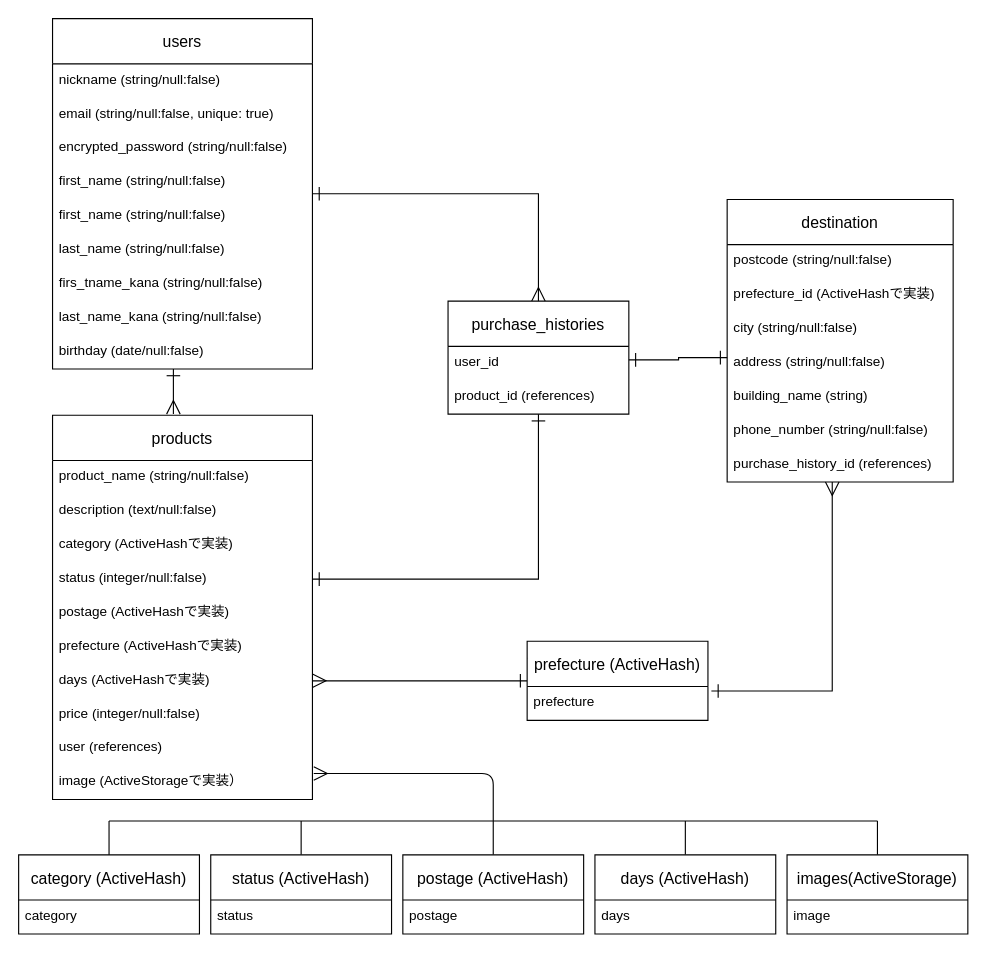
Before: ER.dio in shouxingzi/furima-34320, a draw.io diagram. Source tidied: cells renumbered, new cells numbered last; positions are measured from the earlier drawing's top-left corner, leaving out a move shared by most shapes. Both pictures are drawn from the tidied source at 113%, with x=0, y=0 at pixel (18, 18).
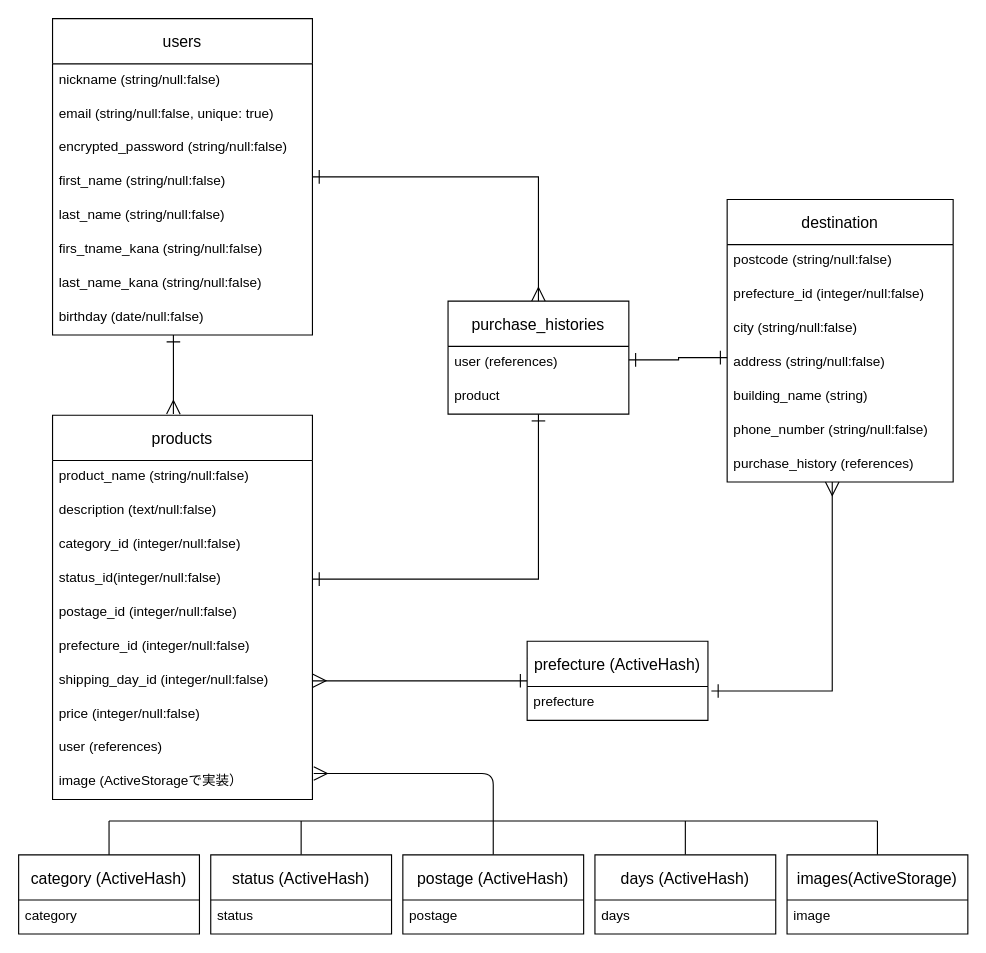
The same page after the edit.

The change refers to these unchanged cells:
```xml
<mxCell id="14" value="products" style="swimlane;fontStyle=0;horizontal=1;startSize=40;align=center;fontSize=14;" parent="1" vertex="1">
  <mxGeometry x="30" y="351" width="230" height="340" as="geometry" />
</mxCell>
<mxCell id="25" value="destination" style="swimlane;fontStyle=0;horizontal=1;startSize=40;align=center;fontSize=14;" parent="1" vertex="1">
  <mxGeometry x="627" y="160" width="200" height="250" as="geometry" />
</mxCell>
<mxCell id="56" value="purchase_histories" style="swimlane;fontStyle=0;horizontal=1;startSize=40;align=center;fontSize=14;" parent="1" vertex="1">
  <mxGeometry x="380" y="250" width="160" height="100" as="geometry" />
</mxCell>
```

Change to the diagram source:
```diff
@@
     <mxCell id="4" value="users" style="swimlane;fontStyle=0;horizontal=1;startSize=40;align=center;fontSize=14;" parent="1" vertex="1">
-      <mxGeometry x="30" width="230" height="310" as="geometry" />
+      <mxGeometry x="30" width="230" height="280" as="geometry" />
     </mxCell>
@@
-    <mxCell id="9" value="first_name (string/null:false)" style="text;strokeColor=none;fillColor=none;spacingLeft=4;spacingRight=4;overflow=hidden;fontSize=12;" parent="4" vertex="1">
+    <mxCell id="9" value="last_name (string/null:false)" style="text;strokeColor=none;fillColor=none;spacingLeft=4;spacingRight=4;overflow=hidden;fontSize=12;" parent="4" vertex="1">
       <mxGeometry y="160" width="230" height="30" as="geometry" />
     </mxCell>
-    <mxCell id="10" value="last_name (string/null:false)" style="text;strokeColor=none;fillColor=none;spacingLeft=4;spacingRight=4;overflow=hidden;fontSize=12;" parent="4" vertex="1">
-      <mxGeometry y="190" width="230" height="30" as="geometry" />
-    </mxCell>
     <mxCell id="11" value="firs_tname_kana (string/null:false)" style="text;strokeColor=none;fillColor=none;spacingLeft=4;spacingRight=4;overflow=hidden;fontSize=12;" parent="4" vertex="1">
-      <mxGeometry y="220" width="230" height="30" as="geometry" />
+      <mxGeometry y="190" width="230" height="30" as="geometry" />
     </mxCell>
     <mxCell id="12" value="last_name_kana (string/null:false)" style="text;strokeColor=none;fillColor=none;spacingLeft=4;spacingRight=4;overflow=hidden;fontSize=12;" parent="4" vertex="1">
-      <mxGeometry y="250" width="230" height="30" as="geometry" />
+      <mxGeometry y="220" width="230" height="30" as="geometry" />
     </mxCell>
     <mxCell id="13" value="birthday (date/null:false)" style="text;strokeColor=none;fillColor=none;spacingLeft=4;spacingRight=4;overflow=hidden;points=[[0,0.5],[1,0.5]];portConstraint=eastwest;fontSize=12;" parent="4" vertex="1">
-      <mxGeometry y="280" width="230" height="30" as="geometry" />
+      <mxGeometry y="250" width="230" height="30" as="geometry" />
     </mxCell>
@@
-    <mxCell id="17" value="category (ActiveHashで実装)" style="text;strokeColor=none;fillColor=none;spacingLeft=4;spacingRight=4;overflow=hidden;fontSize=12;" parent="14" vertex="1">
+    <mxCell id="17" value="category_id (integer/null:false)" style="text;strokeColor=none;fillColor=none;spacingLeft=4;spacingRight=4;overflow=hidden;fontSize=12;" parent="14" vertex="1">
       <mxGeometry y="100" width="230" height="30" as="geometry" />
     </mxCell>
-    <mxCell id="18" value="status (integer/null:false)&#10;" style="text;strokeColor=none;fillColor=none;spacingLeft=4;spacingRight=4;overflow=hidden;points=[[0,0.5],[1,0.5]];portConstraint=eastwest;fontSize=12;" parent="14" vertex="1">
+    <mxCell id="18" value="status_id(integer/null:false)&#10;" style="text;strokeColor=none;fillColor=none;spacingLeft=4;spacingRight=4;overflow=hidden;points=[[0,0.5],[1,0.5]];portConstraint=eastwest;fontSize=12;" parent="14" vertex="1">
       <mxGeometry y="130" width="230" height="30" as="geometry" />
     </mxCell>
-    <mxCell id="19" value="postage (ActiveHashで実装)" style="text;strokeColor=none;fillColor=none;spacingLeft=4;spacingRight=4;overflow=hidden;fontSize=12;" parent="14" vertex="1">
+    <mxCell id="19" value="postage_id (integer/null:false)" style="text;strokeColor=none;fillColor=none;spacingLeft=4;spacingRight=4;overflow=hidden;fontSize=12;" parent="14" vertex="1">
       <mxGeometry y="160" width="230" height="30" as="geometry" />
     </mxCell>
-    <mxCell id="20" value="prefecture (ActiveHashで実装)" style="text;strokeColor=none;fillColor=none;spacingLeft=4;spacingRight=4;overflow=hidden;fontSize=12;" parent="14" vertex="1">
+    <mxCell id="20" value="prefecture_id (integer/null:false)" style="text;strokeColor=none;fillColor=none;spacingLeft=4;spacingRight=4;overflow=hidden;fontSize=12;" parent="14" vertex="1">
       <mxGeometry y="190" width="230" height="30" as="geometry" />
     </mxCell>
-    <mxCell id="21" value="days (ActiveHashで実装)" style="text;strokeColor=none;fillColor=none;spacingLeft=4;spacingRight=4;overflow=hidden;points=[[0,0.5],[1,0.5]];portConstraint=eastwest;fontSize=12;" parent="14" vertex="1">
+    <mxCell id="21" value="shipping_day_id (integer/null:false)" style="text;strokeColor=none;fillColor=none;spacingLeft=4;spacingRight=4;overflow=hidden;points=[[0,0.5],[1,0.5]];portConstraint=eastwest;fontSize=12;" parent="14" vertex="1">
       <mxGeometry y="220" width="230" height="30" as="geometry" />
     </mxCell>
@@
-    <mxCell id="27" value="prefecture_id (ActiveHashで実装)" style="text;strokeColor=none;fillColor=none;spacingLeft=4;spacingRight=4;overflow=hidden;fontSize=12;" parent="25" vertex="1">
+    <mxCell id="27" value="prefecture_id (integer/null:false)" style="text;strokeColor=none;fillColor=none;spacingLeft=4;spacingRight=4;overflow=hidden;fontSize=12;" parent="25" vertex="1">
       <mxGeometry y="70" width="200" height="30" as="geometry" />
     </mxCell>
@@
-    <mxCell id="32" value="purchase_history_id (references)" style="text;strokeColor=none;fillColor=none;spacingLeft=4;spacingRight=4;overflow=hidden;points=[[0,0.5],[1,0.5]];portConstraint=eastwest;fontSize=12;" parent="25" vertex="1">
+    <mxCell id="32" value="purchase_history (references)" style="text;strokeColor=none;fillColor=none;spacingLeft=4;spacingRight=4;overflow=hidden;points=[[0,0.5],[1,0.5]];portConstraint=eastwest;fontSize=12;" parent="25" vertex="1">
       <mxGeometry y="220" width="200" height="30" as="geometry" />
     </mxCell>
@@
-    <mxCell id="57" value="user_id " style="text;strokeColor=none;fillColor=none;spacingLeft=4;spacingRight=4;overflow=hidden;fontSize=12;" parent="56" vertex="1">
+    <mxCell id="57" value="user (references)" style="text;strokeColor=none;fillColor=none;spacingLeft=4;spacingRight=4;overflow=hidden;fontSize=12;" parent="56" vertex="1">
       <mxGeometry y="40" width="160" height="30" as="geometry" />
     </mxCell>
-    <mxCell id="58" value="product_id (references)" style="text;strokeColor=none;fillColor=none;spacingLeft=4;spacingRight=4;overflow=hidden;points=[[0,0.5],[1,0.5]];portConstraint=eastwest;fontSize=12;" parent="56" vertex="1">
+    <mxCell id="58" value="product" style="text;strokeColor=none;fillColor=none;spacingLeft=4;spacingRight=4;overflow=hidden;points=[[0,0.5],[1,0.5]];portConstraint=eastwest;fontSize=12;" parent="56" vertex="1">
       <mxGeometry y="70" width="160" height="30" as="geometry" />
     </mxCell>
```
